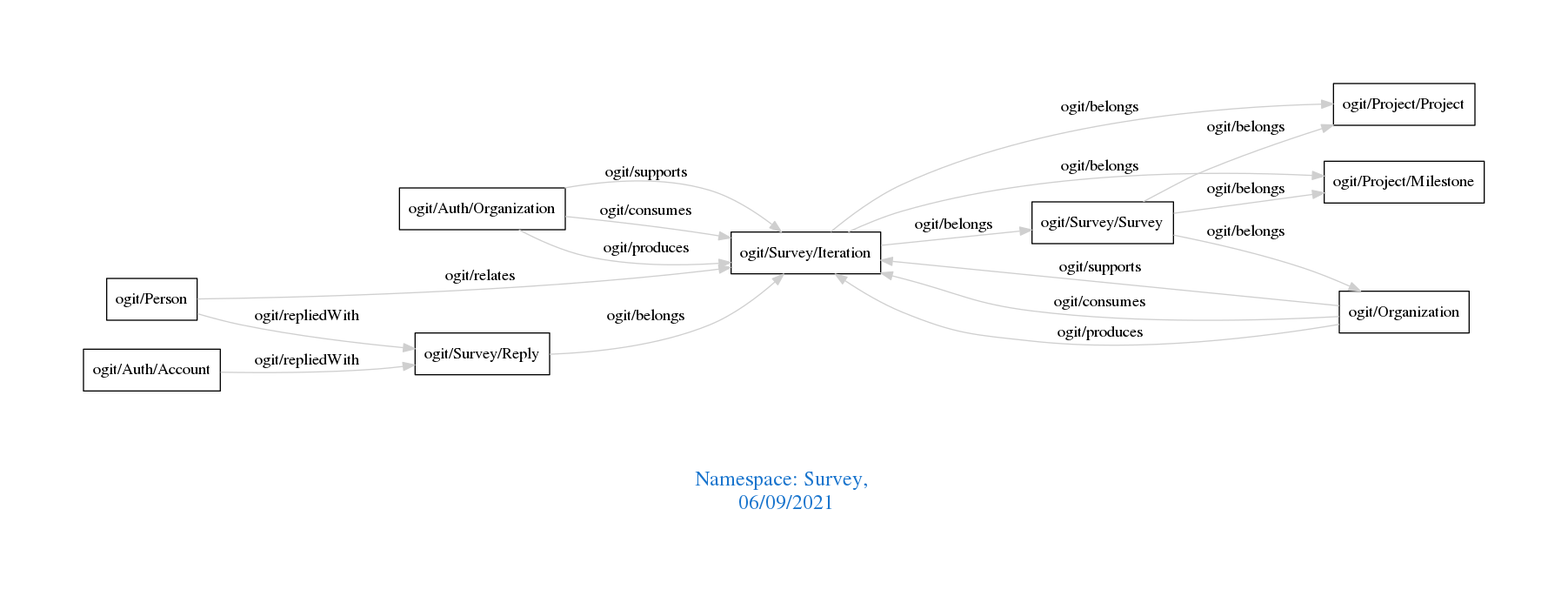
The Graphviz diagram downloads/Survey.png in arago/OGIT, before a commit. Its source is kept beside it as downloads/Survey.dot.
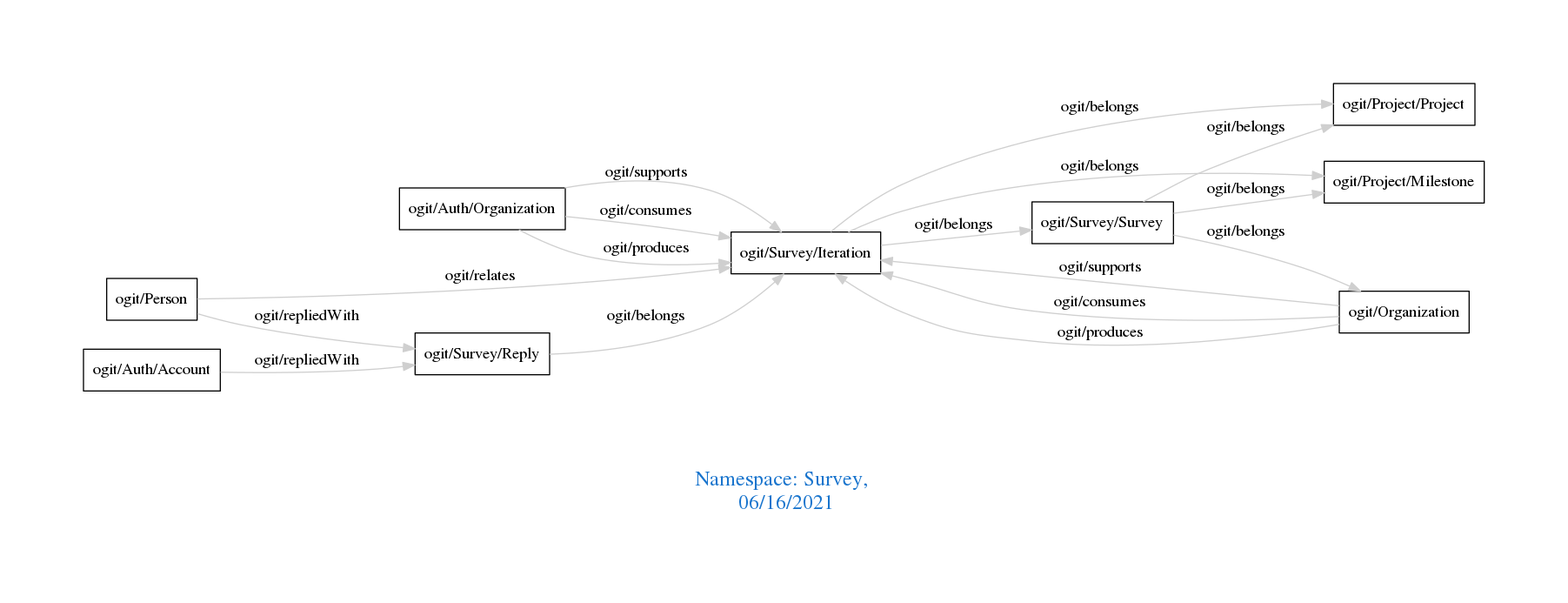
Above is the later version.

The edit, as a diff of the source:
```diff
@@ -1,7 +1,7 @@
 digraph OGIT_ontology {
  graph [ rankdir= LR,pad=1
 fontsize = 18,
-fontcolor= dodgerblue3,label = "\n\n\nNamespace: Survey, \n 06/09/2021"];
+fontcolor= dodgerblue3,label = "\n\n\nNamespace: Survey, \n 06/16/2021"];
 node[shape=polygon];
 edge [  color="gray81"];
 
```
